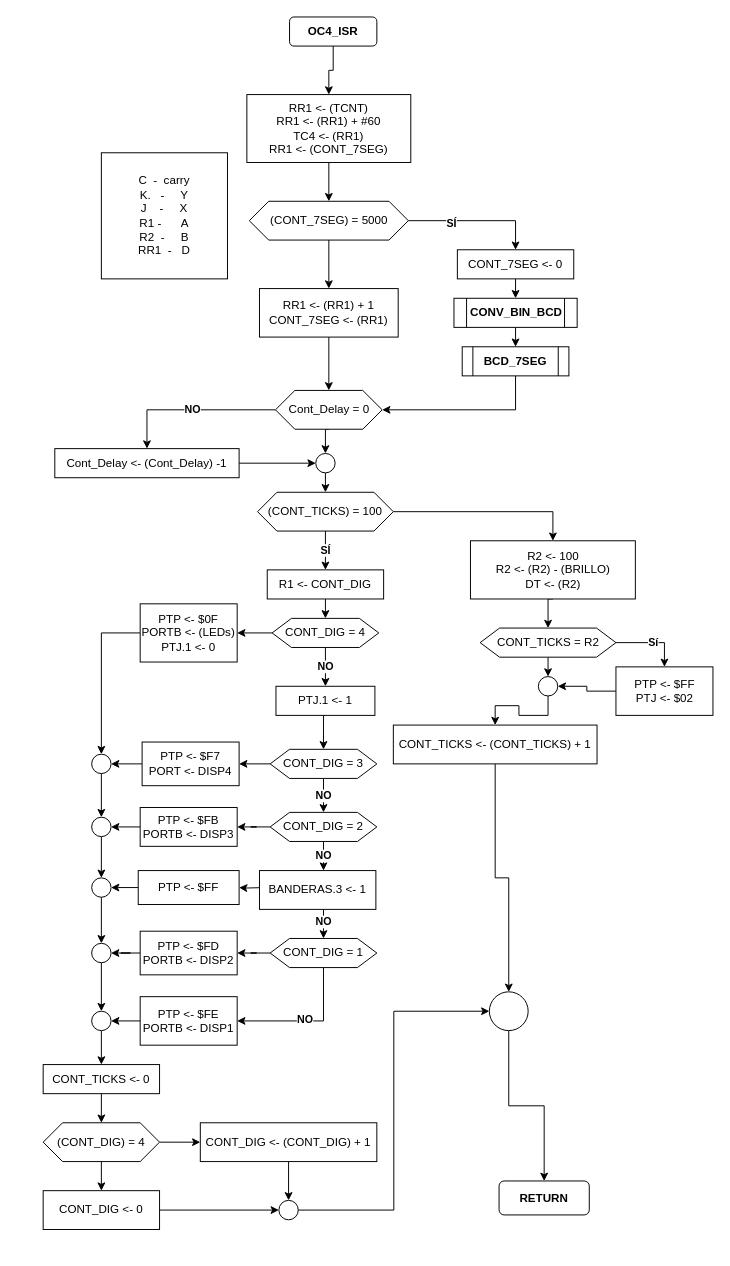
brown9804/Dragon12_MC9S12DP256 keeps this draw.io diagram as 8_runmeter623/diagrams/14_oc4_isr.drawio. Above is the earlier version. Source tidied: cells renumbered, new cells numbered last; positions are measured from the earlier drawing's top-left corner, leaving out a move shared by most shapes. Both pictures are drawn from the tidied source at 97%, with x=0, y=0 at pixel (43, 16).
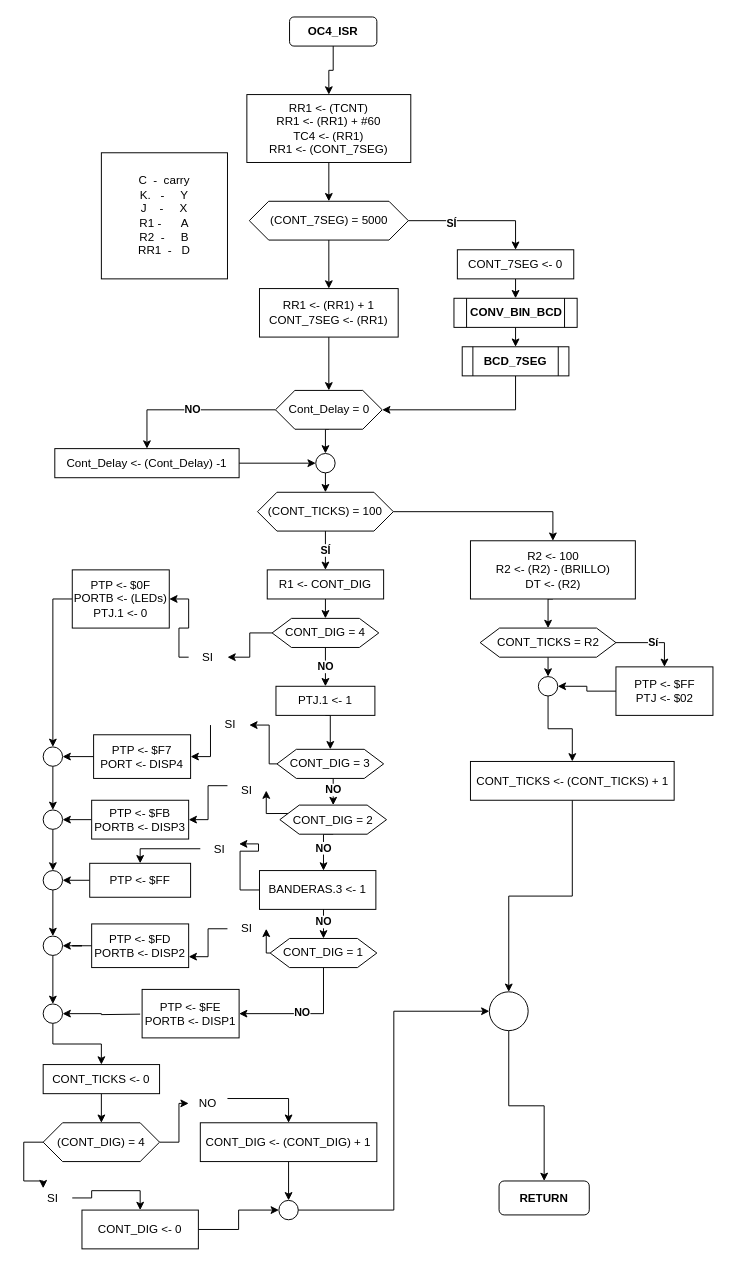
After the change.

The change refers to these unchanged cells:
```xml
<mxCell id="26" value="CONT_DIG = 4" style="shape=hexagon;perimeter=hexagonPerimeter2;whiteSpace=wrap;html=1;fixedSize=1;" parent="1" vertex="1">
  <mxGeometry x="236" y="620" width="110" height="30" as="geometry" />
</mxCell>
<mxCell id="36" value="CONT_DIG = 1" style="shape=hexagon;perimeter=hexagonPerimeter2;whiteSpace=wrap;html=1;fixedSize=1;" parent="1" vertex="1">
  <mxGeometry x="234" y="950" width="110" height="30" as="geometry" />
</mxCell>
<mxCell id="57" value="(CONT_DIG) = 4" style="shape=hexagon;perimeter=hexagonPerimeter2;whiteSpace=wrap;html=1;fixedSize=1;" parent="1" vertex="1">
  <mxGeometry y="1140" width="120" height="40" as="geometry" />
</mxCell>
<mxCell id="59" value="CONT_DIG &amp;lt;- (CONT_DIG) + 1" style="rounded=0;whiteSpace=wrap;html=1;" parent="1" vertex="1">
  <mxGeometry x="162" y="1140" width="182" height="40" as="geometry" />
</mxCell>
<mxCell id="95" value="&lt;span&gt;BANDERAS.3 &amp;lt;- 1&lt;/span&gt;" style="rounded=0;whiteSpace=wrap;html=1;" parent="1" vertex="1">
  <mxGeometry x="223" y="880" width="120" height="40" as="geometry" />
</mxCell>
```

The edit, as a diff of the source:
```diff
@@
     <mxCell id="17" value="CONT_TICKS &amp;lt;- (CONT_TICKS) + 1" style="rounded=0;whiteSpace=wrap;html=1;" parent="1" vertex="1">
-      <mxGeometry x="361" y="730" width="210" height="40" as="geometry" />
+      <mxGeometry x="440.5" y="767.5" width="210" height="40" as="geometry" />
     </mxCell>
@@
-    <mxCell id="25" style="edgeStyle=orthogonalEdgeStyle;rounded=0;jettySize=auto;html=1;exitX=0;exitY=0.5;exitDx=0;exitDy=0;entryX=1;entryY=0.5;entryDx=0;entryDy=0;" parent="1" edge="1" source="26" target="40">
-      <mxGeometry relative="1" as="geometry" />
-    </mxCell>
+    <mxCell id="96" style="edgeStyle=orthogonalEdgeStyle;rounded=0;jettySize=auto;html=1;exitX=0;exitY=0.5;exitDx=0;exitDy=0;" parent="1" edge="1" source="26" target="104">
+      <mxGeometry relative="1" as="geometry" />
+    </mxCell>
@@
-    <mxCell id="28" style="edgeStyle=orthogonalEdgeStyle;rounded=0;jettySize=auto;html=1;exitX=0;exitY=0.5;exitDx=0;exitDy=0;entryX=1;entryY=0.5;entryDx=0;entryDy=0;" parent="1" edge="1" source="29" target="46">
-      <mxGeometry relative="1" as="geometry" />
-    </mxCell>
+    <mxCell id="97" style="edgeStyle=orthogonalEdgeStyle;rounded=0;jettySize=auto;html=1;exitX=0;exitY=0.5;exitDx=0;exitDy=0;entryX=1;entryY=0.5;entryDx=0;entryDy=0;" parent="1" edge="1" source="29" target="106">
+      <mxGeometry relative="1" as="geometry">
+        <Array as="points">
+          <mxPoint x="233" y="770" />
+          <mxPoint x="233" y="730" />
+        </Array>
+      </mxGeometry>
+    </mxCell>
     <mxCell id="29" value="CONT_DIG = 3" style="shape=hexagon;perimeter=hexagonPerimeter2;whiteSpace=wrap;html=1;fixedSize=1;" parent="1" vertex="1">
-      <mxGeometry x="234" y="755" width="110" height="30" as="geometry" />
+      <mxGeometry x="241" y="755" width="110" height="30" as="geometry" />
     </mxCell>
@@
-    <mxCell id="31" style="edgeStyle=orthogonalEdgeStyle;rounded=0;jettySize=auto;html=1;" parent="1" edge="1" source="32" target="42">
-      <mxGeometry relative="1" as="geometry" />
-    </mxCell>
+    <mxCell id="98" style="edgeStyle=orthogonalEdgeStyle;rounded=0;jettySize=auto;html=1;exitX=0;exitY=0.25;exitDx=0;exitDy=0;entryX=1;entryY=0.5;entryDx=0;entryDy=0;" parent="1" edge="1" source="32" target="108">
+      <mxGeometry relative="1" as="geometry" />
+    </mxCell>
     <mxCell id="32" value="CONT_DIG = 2" style="shape=hexagon;perimeter=hexagonPerimeter2;whiteSpace=wrap;html=1;fixedSize=1;" parent="1" vertex="1">
-      <mxGeometry x="234" y="820" width="110" height="30" as="geometry" />
+      <mxGeometry x="244" y="812.5" width="110" height="30" as="geometry" />
     </mxCell>
-    <mxCell id="33" style="edgeStyle=orthogonalEdgeStyle;rounded=0;jettySize=auto;html=1;exitX=0;exitY=0.5;exitDx=0;exitDy=0;" parent="1" edge="1" source="36" target="44">
-      <mxGeometry relative="1" as="geometry" />
-    </mxCell>
@@
+    <mxCell id="99" style="edgeStyle=orthogonalEdgeStyle;rounded=0;jettySize=auto;html=1;exitX=0;exitY=0.5;exitDx=0;exitDy=0;entryX=1;entryY=0.5;entryDx=0;entryDy=0;" parent="1" edge="1" source="36" target="112">
+      <mxGeometry relative="1" as="geometry" />
+    </mxCell>
@@
-    <mxCell id="38" style="edgeStyle=orthogonalEdgeStyle;rounded=0;jettySize=auto;html=1;" parent="1" edge="1" target="62">
-      <mxGeometry relative="1" as="geometry">
-        <mxPoint x="229" y="897.5" as="sourcePoint" />
-      </mxGeometry>
-    </mxCell>
@@
     <mxCell id="40" value="PTP &amp;lt;- $0F&lt;br&gt;PORTB &amp;lt;- (LEDs)&lt;br&gt;PTJ.1 &amp;lt;- 0" style="rounded=0;whiteSpace=wrap;html=1;" parent="1" vertex="1">
-      <mxGeometry x="100" y="605" width="100" height="60" as="geometry" />
+      <mxGeometry x="30" y="570" width="100" height="60" as="geometry" />
     </mxCell>
@@
     <mxCell id="42" value="PTP &amp;lt;- $FB&lt;br&gt;PORTB &amp;lt;- DISP3" style="rounded=0;whiteSpace=wrap;html=1;" parent="1" vertex="1">
-      <mxGeometry x="100" y="815" width="100" height="40" as="geometry" />
+      <mxGeometry x="50" y="807.5" width="100" height="40" as="geometry" />
     </mxCell>
@@
     <mxCell id="44" value="PTP &amp;lt;- $FD&lt;br&gt;PORTB &amp;lt;- DISP2" style="rounded=0;whiteSpace=wrap;html=1;" parent="1" vertex="1">
-      <mxGeometry x="100" y="942.5" width="100" height="45" as="geometry" />
+      <mxGeometry x="50" y="935" width="100" height="45" as="geometry" />
     </mxCell>
@@
     <mxCell id="46" value="PTP &amp;lt;- $F7&lt;br&gt;PORT &amp;lt;- DISP4" style="rounded=0;whiteSpace=wrap;html=1;" parent="1" vertex="1">
-      <mxGeometry x="102" y="747.5" width="100" height="45" as="geometry" />
+      <mxGeometry x="52" y="740" width="100" height="45" as="geometry" />
     </mxCell>
@@
     <mxCell id="48" style="ellipse;whiteSpace=wrap;html=1;" parent="1" vertex="1">
-      <mxGeometry x="50" y="760" width="20" height="20" as="geometry" />
+      <mxGeometry y="752.5" width="20" height="20" as="geometry" />
     </mxCell>
@@
     <mxCell id="50" style="ellipse;whiteSpace=wrap;html=1;" parent="1" vertex="1">
-      <mxGeometry x="50" y="825" width="20" height="20" as="geometry" />
+      <mxGeometry y="817.5" width="20" height="20" as="geometry" />
     </mxCell>
@@
     <mxCell id="52" style="ellipse;whiteSpace=wrap;html=1;" parent="1" vertex="1">
-      <mxGeometry x="50" y="955" width="20" height="20" as="geometry" />
+      <mxGeometry y="947.5" width="20" height="20" as="geometry" />
     </mxCell>
@@
-    <mxCell id="55" style="edgeStyle=orthogonalEdgeStyle;rounded=0;jettySize=auto;html=1;exitX=1;exitY=0.5;exitDx=0;exitDy=0;" parent="1" edge="1" source="57" target="59">
-      <mxGeometry relative="1" as="geometry" />
-    </mxCell>
-    <mxCell id="56" style="edgeStyle=orthogonalEdgeStyle;rounded=0;jettySize=auto;html=1;exitX=0.5;exitY=1;exitDx=0;exitDy=0;entryX=0.5;entryY=0;entryDx=0;entryDy=0;" parent="1" edge="1" source="57" target="66">
-      <mxGeometry relative="1" as="geometry" />
-    </mxCell>
+    <mxCell id="100" style="edgeStyle=orthogonalEdgeStyle;rounded=0;jettySize=auto;html=1;exitX=0;exitY=0.5;exitDx=0;exitDy=0;entryX=0.25;entryY=0;entryDx=0;entryDy=0;" parent="1" edge="1" source="57" target="114">
+      <mxGeometry relative="1" as="geometry" />
+    </mxCell>
+    <mxCell id="101" style="edgeStyle=orthogonalEdgeStyle;rounded=0;jettySize=auto;html=1;exitX=1;exitY=0.5;exitDx=0;exitDy=0;entryX=0;entryY=0.5;entryDx=0;entryDy=0;" parent="1" edge="1" source="57" target="116">
+      <mxGeometry relative="1" as="geometry" />
+    </mxCell>
@@
     <mxCell id="62" value="PTP &amp;lt;- $FF" style="rounded=0;whiteSpace=wrap;html=1;" parent="1" vertex="1">
-      <mxGeometry x="98" y="880" width="104" height="35" as="geometry" />
+      <mxGeometry x="48" y="872.5" width="104" height="35" as="geometry" />
     </mxCell>
@@
     <mxCell id="64" style="ellipse;whiteSpace=wrap;html=1;" parent="1" vertex="1">
-      <mxGeometry x="50" y="887.5" width="20" height="20" as="geometry" />
+      <mxGeometry y="880" width="20" height="20" as="geometry" />
     </mxCell>
@@
     <mxCell id="66" value="CONT_DIG &amp;lt;- 0" style="rounded=0;whiteSpace=wrap;html=1;" parent="1" vertex="1">
-      <mxGeometry y="1210" width="120" height="40" as="geometry" />
+      <mxGeometry x="40" y="1230" width="120" height="40" as="geometry" />
     </mxCell>
-    <mxCell id="67" style="edgeStyle=orthogonalEdgeStyle;rounded=0;jettySize=auto;html=1;exitX=0;exitY=0.5;exitDx=0;exitDy=0;entryX=1;entryY=0.5;entryDx=0;entryDy=0;" parent="1" edge="1" source="68" target="70">
-      <mxGeometry relative="1" as="geometry" />
+    <mxCell id="67" style="edgeStyle=orthogonalEdgeStyle;rounded=0;jettySize=auto;html=1;entryX=1;entryY=0.5;entryDx=0;entryDy=0;" parent="1" edge="1" target="70">
+      <mxGeometry relative="1" as="geometry">
+        <mxPoint x="100" y="1028" as="sourcePoint" />
+      </mxGeometry>
     </mxCell>
     <mxCell id="68" value="PTP &amp;lt;- $FE&lt;br&gt;PORTB &amp;lt;- DISP1" style="rounded=0;whiteSpace=wrap;html=1;" parent="1" vertex="1">
-      <mxGeometry x="100" y="1010" width="100" height="50" as="geometry" />
+      <mxGeometry x="102" y="1002.5" width="100" height="50" as="geometry" />
     </mxCell>
@@
     <mxCell id="70" style="ellipse;whiteSpace=wrap;html=1;" parent="1" vertex="1">
-      <mxGeometry x="50" y="1025" width="20" height="20" as="geometry" />
+      <mxGeometry y="1017.5" width="20" height="20" as="geometry" />
     </mxCell>
@@
+    <mxCell id="102" style="edgeStyle=orthogonalEdgeStyle;rounded=0;jettySize=auto;html=1;exitX=0;exitY=0.5;exitDx=0;exitDy=0;entryX=1;entryY=0.25;entryDx=0;entryDy=0;" parent="1" edge="1" source="95" target="110">
+      <mxGeometry relative="1" as="geometry" />
+    </mxCell>
@@
+    <mxCell id="103" style="edgeStyle=orthogonalEdgeStyle;rounded=0;jettySize=auto;html=1;exitX=0;exitY=0.5;exitDx=0;exitDy=0;entryX=1;entryY=0.5;entryDx=0;entryDy=0;" parent="1" edge="1" source="104" target="40">
+      <mxGeometry relative="1" as="geometry">
+        <Array as="points">
+          <mxPoint x="140" y="660" />
+          <mxPoint x="140" y="630" />
+          <mxPoint x="150" y="630" />
+          <mxPoint x="150" y="600" />
+        </Array>
+      </mxGeometry>
+    </mxCell>
+    <mxCell id="104" value="SI" style="text;html=1;strokeColor=none;fillColor=none;align=center;verticalAlign=middle;whiteSpace=wrap;rounded=0;" parent="1" vertex="1">
+      <mxGeometry x="150" y="650" width="40" height="20" as="geometry" />
+    </mxCell>
+    <mxCell id="105" style="edgeStyle=orthogonalEdgeStyle;rounded=0;jettySize=auto;html=1;exitX=0;exitY=0.5;exitDx=0;exitDy=0;entryX=1;entryY=0.5;entryDx=0;entryDy=0;" parent="1" edge="1" source="106" target="46">
+      <mxGeometry relative="1" as="geometry">
+        <Array as="points">
+          <mxPoint x="173" y="763" />
+        </Array>
+      </mxGeometry>
+    </mxCell>
+    <mxCell id="106" value="SI" style="text;html=1;strokeColor=none;fillColor=none;align=center;verticalAlign=middle;whiteSpace=wrap;rounded=0;" parent="1" vertex="1">
+      <mxGeometry x="172.5" y="720" width="40" height="20" as="geometry" />
+    </mxCell>
+    <mxCell id="107" style="edgeStyle=orthogonalEdgeStyle;rounded=0;jettySize=auto;html=1;exitX=0;exitY=0.25;exitDx=0;exitDy=0;entryX=1;entryY=0.5;entryDx=0;entryDy=0;" parent="1" edge="1" source="108" target="42">
+      <mxGeometry relative="1" as="geometry" />
+    </mxCell>
+    <mxCell id="108" value="SI" style="text;html=1;strokeColor=none;fillColor=none;align=center;verticalAlign=middle;whiteSpace=wrap;rounded=0;" parent="1" vertex="1">
+      <mxGeometry x="190" y="787.5" width="40" height="20" as="geometry" />
+    </mxCell>
+    <mxCell id="109" style="edgeStyle=orthogonalEdgeStyle;rounded=0;jettySize=auto;html=1;exitX=0;exitY=0.5;exitDx=0;exitDy=0;" parent="1" edge="1" source="110" target="62">
+      <mxGeometry relative="1" as="geometry">
+        <Array as="points">
+          <mxPoint x="100" y="858" />
+        </Array>
+      </mxGeometry>
+    </mxCell>
+    <mxCell id="110" value="SI" style="text;html=1;strokeColor=none;fillColor=none;align=center;verticalAlign=middle;whiteSpace=wrap;rounded=0;" parent="1" vertex="1">
+      <mxGeometry x="162" y="847.5" width="40" height="20" as="geometry" />
+    </mxCell>
+    <mxCell id="111" style="edgeStyle=orthogonalEdgeStyle;rounded=0;jettySize=auto;html=1;exitX=0;exitY=0.5;exitDx=0;exitDy=0;entryX=1;entryY=0.75;entryDx=0;entryDy=0;" parent="1" edge="1" source="112" target="44">
+      <mxGeometry relative="1" as="geometry" />
+    </mxCell>
+    <mxCell id="112" value="SI" style="text;html=1;strokeColor=none;fillColor=none;align=center;verticalAlign=middle;whiteSpace=wrap;rounded=0;" parent="1" vertex="1">
+      <mxGeometry x="190" y="930" width="40" height="20" as="geometry" />
+    </mxCell>
+    <mxCell id="113" style="edgeStyle=orthogonalEdgeStyle;rounded=0;jettySize=auto;html=1;exitX=1;exitY=0.5;exitDx=0;exitDy=0;entryX=0.5;entryY=0;entryDx=0;entryDy=0;" parent="1" edge="1" source="114" target="66">
+      <mxGeometry relative="1" as="geometry" />
+    </mxCell>
+    <mxCell id="114" value="SI" style="text;html=1;strokeColor=none;fillColor=none;align=center;verticalAlign=middle;whiteSpace=wrap;rounded=0;" parent="1" vertex="1">
+      <mxGeometry x="-10" y="1207.5" width="40" height="20" as="geometry" />
+    </mxCell>
+    <mxCell id="115" style="edgeStyle=orthogonalEdgeStyle;rounded=0;jettySize=auto;html=1;exitX=1;exitY=0.25;exitDx=0;exitDy=0;" parent="1" edge="1" source="116" target="59">
+      <mxGeometry relative="1" as="geometry" />
+    </mxCell>
+    <mxCell id="116" value="NO" style="text;html=1;strokeColor=none;fillColor=none;align=center;verticalAlign=middle;whiteSpace=wrap;rounded=0;" parent="1" vertex="1">
+      <mxGeometry x="150" y="1110" width="40" height="20" as="geometry" />
+    </mxCell>
```
